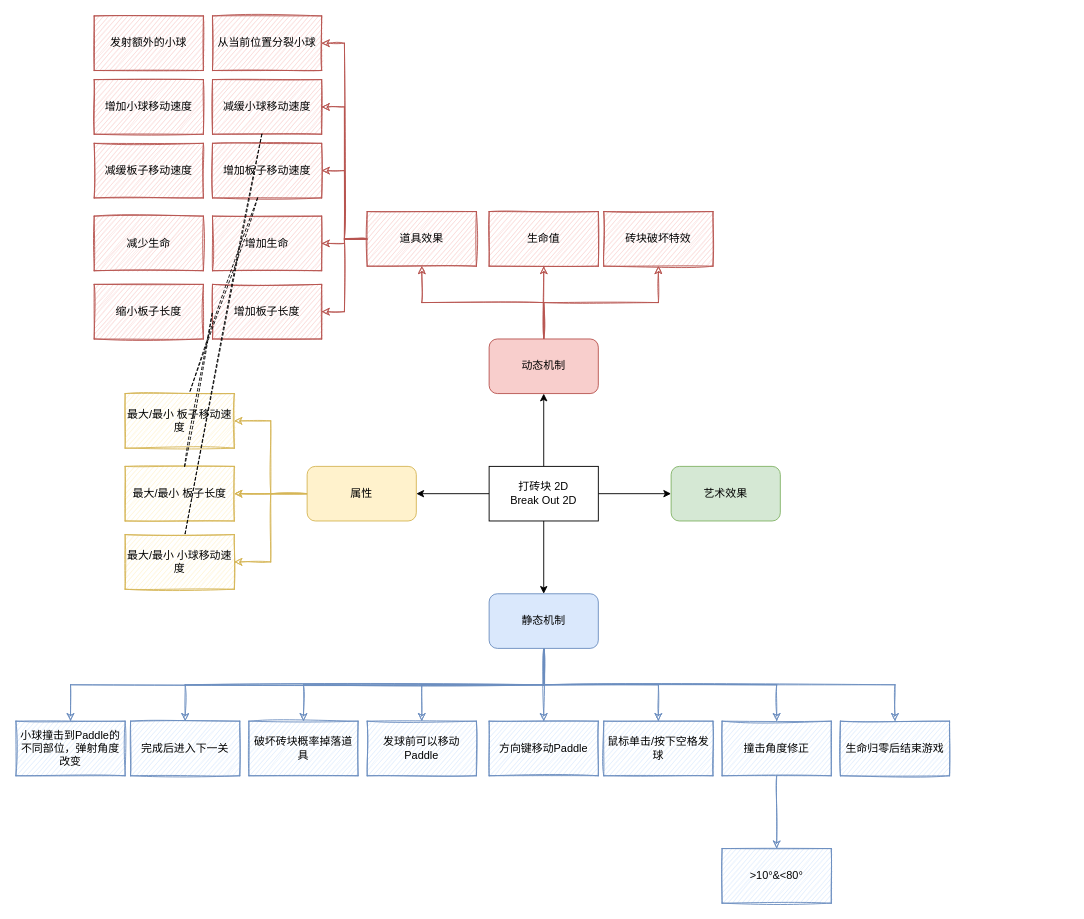
Above: page "Game Design" (1 of 2) of Brickout Game Design.drawio in 8cher/Breakout-2D (draw.io), before the change. Source tidied: cells renumbered, new cells numbered last; positions are measured from the earlier drawing's top-left corner, leaving out a move shared by most shapes. Both pictures are drawn from the tidied source at 91%, with x=0, y=0 at pixel (15, 15).
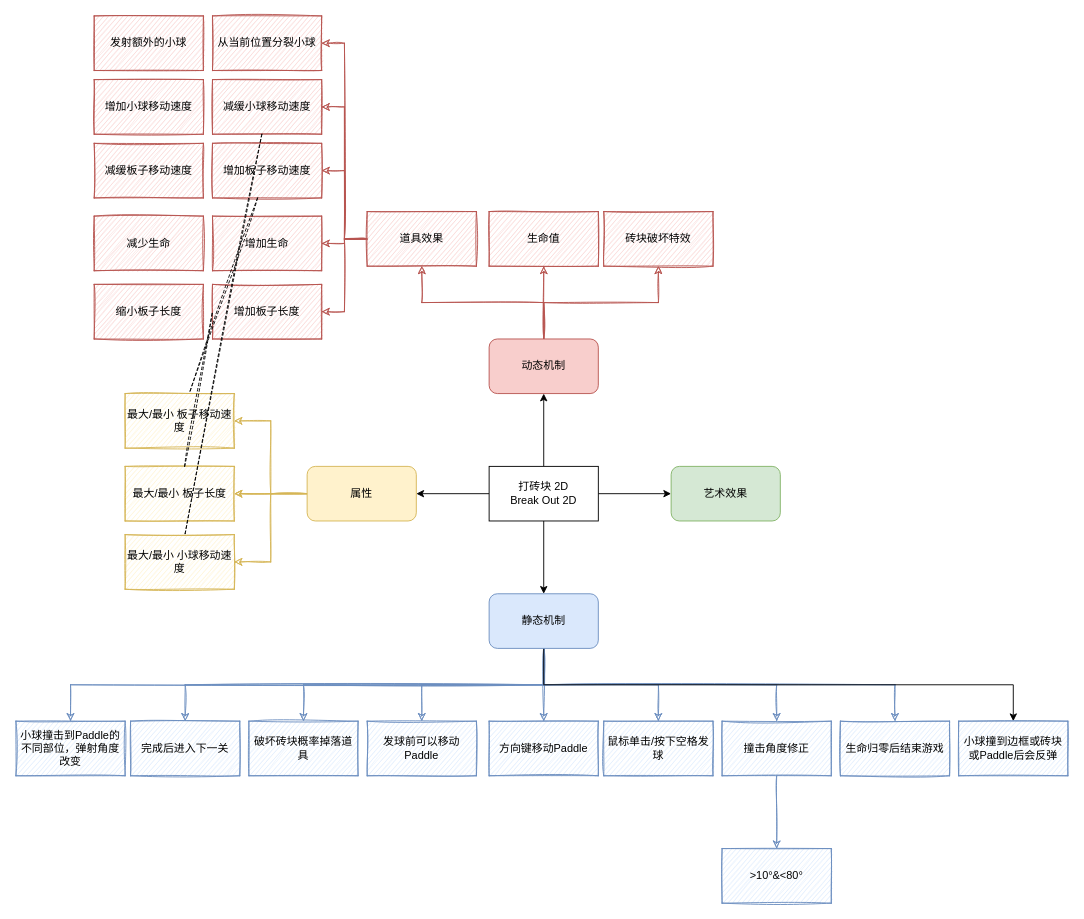
The same page after the edit.

The change refers to these unchanged cells:
```xml
<mxCell id="25" value="静态机制" style="whiteSpace=wrap;html=1;rounded=1;fillColor=#dae8fc;strokeColor=#6c8ebf;" parent="1" vertex="1">
  <mxGeometry x="520" y="635" width="120" height="60" as="geometry" />
</mxCell>
```

Change to the diagram source:
```diff
@@
+    <mxCell id="60" style="edgeStyle=orthogonalEdgeStyle;rounded=0;jettySize=auto;html=1;exitX=0.5;exitY=1;exitDx=0;exitDy=0;" parent="1" edge="1" source="25" target="61">
+      <mxGeometry relative="1" as="geometry" />
+    </mxCell>
@@
+    <mxCell id="61" value="小球撞到边框或砖块或Paddle后会反弹" style="whiteSpace=wrap;html=1;rounded=0;strokeColor=#6c8ebf;fillColor=#dae8fc;sketch=1;" parent="1" vertex="1">
+      <mxGeometry x="1036" y="775" width="120" height="60" as="geometry" />
+    </mxCell>
```
